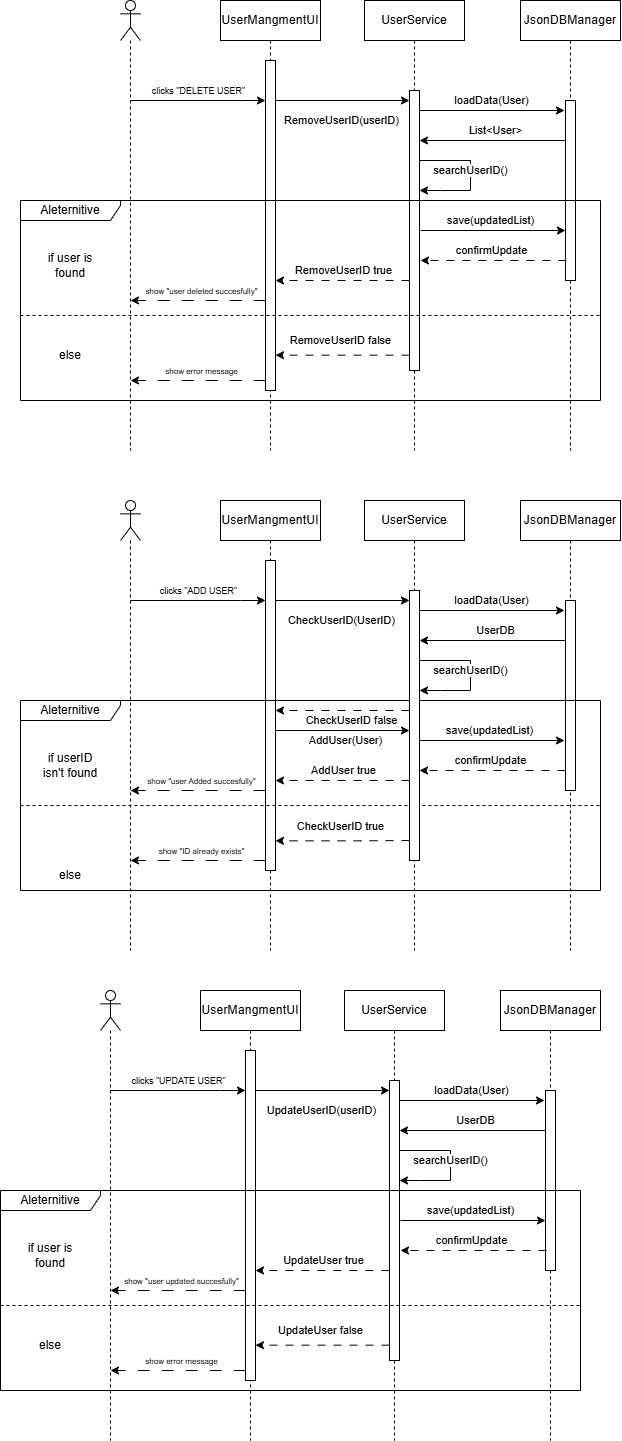
This is Lap6 Sequence Diagram.png from Programming2-Assignments/SkillForge_UML_Design, a draw.io export, as it was before one commit. Source tidied: cells renumbered, new cells last; positions are measured from the earlier drawing's top-left corner, leaving out a move shared by most shapes.
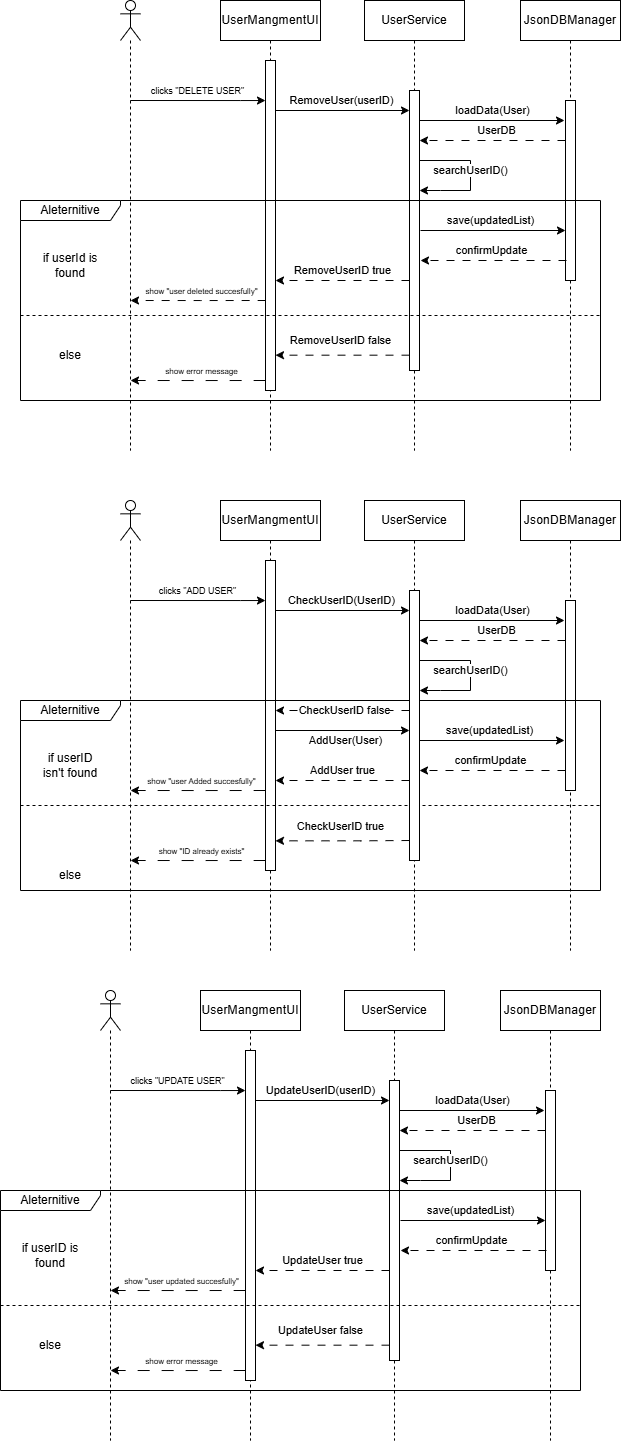
The same diagram one commit later.

Change to the diagram source:
```diff
@@ -39,13 +39,13 @@
     </mxCell>
     <mxCell id="11" style="endArrow=classic;html=1;rounded=0;" parent="1" edge="1">
       <mxGeometry relative="1" as="geometry">
-        <mxPoint x="275" y="100" as="sourcePoint" />
-        <mxPoint x="409" y="100" as="targetPoint" />
+        <mxPoint x="275" y="110" as="sourcePoint" />
+        <mxPoint x="409" y="110" as="targetPoint" />
       </mxGeometry>
     </mxCell>
-    <mxCell id="12" value="RemoveUserID(userID)" style="edgeLabel;html=1;align=center;verticalAlign=middle;" parent="11" vertex="1">
+    <mxCell id="12" value="RemoveUser(userID)" style="edgeLabel;html=1;align=center;verticalAlign=middle;" parent="11" vertex="1">
       <mxGeometry x="-0.02" y="1" relative="1" as="geometry">
-        <mxPoint y="21" as="offset" />
+        <mxPoint y="-9" as="offset" />
       </mxGeometry>
     </mxCell>
     <mxCell id="13" value="Aleternitive" style="shape=umlFrame;whiteSpace=wrap;html=1;width=100;height=20;" parent="1" vertex="1">
@@ -54,7 +54,7 @@
     <mxCell id="14" style="line;strokeWidth=1;dashed=1;labelPosition=center;verticalLabelPosition=bottom;align=left;verticalAlign=top;spacingLeft=20;spacingTop=15;html=1;whiteSpace=wrap;" parent="13" vertex="1">
       <mxGeometry y="110" width="580" height="10" as="geometry" />
     </mxCell>
-    <mxCell id="15" style="edgeStyle=orthogonalEdgeStyle;rounded=0;orthogonalLoop=1;jettySize=auto;html=1;curved=0;dashed=1;dashPattern=12 12;" parent="13" edge="1">
+    <mxCell id="15" style="edgeStyle=orthogonalEdgeStyle;rounded=0;orthogonalLoop=1;jettySize=auto;html=1;curved=0;dashed=1;dashPattern=8 8;" parent="13" edge="1">
       <mxGeometry relative="1" as="geometry">
         <mxPoint x="245.2" y="100" as="sourcePoint" />
         <mxPoint x="110" y="100" as="targetPoint" />
@@ -72,7 +72,7 @@
     <mxCell id="17" value="else" style="text;html=1;whiteSpace=wrap;strokeColor=none;fillColor=none;align=center;verticalAlign=middle;rounded=0;" parent="13" vertex="1">
       <mxGeometry x="20" y="140" width="60" height="30" as="geometry" />
     </mxCell>
-    <mxCell id="18" value="if user is found" style="text;html=1;whiteSpace=wrap;strokeColor=none;fillColor=none;align=center;verticalAlign=middle;rounded=0;" parent="13" vertex="1">
+    <mxCell id="18" value="if userId is found" style="text;html=1;whiteSpace=wrap;strokeColor=none;fillColor=none;align=center;verticalAlign=middle;rounded=0;" parent="13" vertex="1">
       <mxGeometry x="20" y="50" width="60" height="30" as="geometry" />
     </mxCell>
     <mxCell id="19" style="edgeStyle=orthogonalEdgeStyle;rounded=0;orthogonalLoop=1;jettySize=auto;html=1;curved=0;dashed=1;dashPattern=12 12;" parent="13" edge="1">
@@ -133,21 +133,21 @@
         <mxPoint x="26" y="-13" as="offset" />
       </mxGeometry>
     </mxCell>
-    <mxCell id="29" style="endArrow=classic;html=1;rounded=0;" parent="1" edge="1">
+    <mxCell id="29" style="endArrow=classic;html=1;rounded=0;dashed=1;dashPattern=8 8;" parent="1" edge="1">
       <mxGeometry relative="1" as="geometry">
         <mxPoint x="565" y="140" as="sourcePoint" />
         <mxPoint x="419" y="140" as="targetPoint" />
       </mxGeometry>
     </mxCell>
-    <mxCell id="30" value="List&amp;lt;User&amp;gt;" style="edgeLabel;html=1;align=center;verticalAlign=middle;" parent="29" vertex="1">
+    <mxCell id="30" value="UserDB" style="edgeLabel;html=1;align=center;verticalAlign=middle;" parent="29" vertex="1">
       <mxGeometry x="-0.05" y="-1" relative="1" as="geometry">
         <mxPoint y="-9" as="offset" />
       </mxGeometry>
     </mxCell>
     <mxCell id="31" style="endArrow=classic;html=1;rounded=0;" parent="1" edge="1">
       <mxGeometry relative="1" as="geometry">
-        <mxPoint x="419" y="110" as="sourcePoint" />
-        <mxPoint x="564" y="110" as="targetPoint" />
+        <mxPoint x="419" y="120" as="sourcePoint" />
+        <mxPoint x="564" y="120" as="targetPoint" />
       </mxGeometry>
     </mxCell>
     <mxCell id="32" value="loadData(User)" style="edgeLabel;html=1;align=center;verticalAlign=middle;" parent="31" vertex="1">
@@ -204,13 +204,13 @@
     </mxCell>
     <mxCell id="43" style="endArrow=classic;html=1;rounded=0;" parent="1" edge="1">
       <mxGeometry relative="1" as="geometry">
-        <mxPoint x="275" y="600" as="sourcePoint" />
-        <mxPoint x="409" y="600" as="targetPoint" />
+        <mxPoint x="275" y="610" as="sourcePoint" />
+        <mxPoint x="409" y="610" as="targetPoint" />
       </mxGeometry>
     </mxCell>
     <mxCell id="44" value="CheckUserID(UserID)" style="edgeLabel;html=1;align=center;verticalAlign=middle;" parent="43" vertex="1">
       <mxGeometry x="-0.02" y="1" relative="1" as="geometry">
-        <mxPoint y="21" as="offset" />
+        <mxPoint y="-9" as="offset" />
       </mxGeometry>
     </mxCell>
     <mxCell id="45" value="Aleternitive" style="shape=umlFrame;whiteSpace=wrap;html=1;width=100;height=20;" parent="1" vertex="1">
@@ -299,7 +299,7 @@
     </mxCell>
     <mxCell id="60" value="CheckUserID false" style="edgeLabel;html=1;align=center;verticalAlign=middle;" parent="59" vertex="1">
       <mxGeometry x="-0.49" relative="1" as="geometry">
-        <mxPoint x="-24" y="10" as="offset" />
+        <mxPoint x="-31" as="offset" />
       </mxGeometry>
     </mxCell>
     <mxCell id="61" style="endArrow=classic;html=1;rounded=0;dashed=1;dashPattern=8 8;" parent="45" edge="1">
@@ -327,7 +327,7 @@
         <mxPoint x="10" y="10" as="offset" />
       </mxGeometry>
     </mxCell>
-    <mxCell id="66" style="endArrow=classic;html=1;rounded=0;" parent="1" edge="1">
+    <mxCell id="66" style="endArrow=classic;html=1;rounded=0;dashed=1;dashPattern=8 8;" parent="1" edge="1">
       <mxGeometry relative="1" as="geometry">
         <mxPoint x="565" y="640" as="sourcePoint" />
         <mxPoint x="419" y="640" as="targetPoint" />
@@ -340,8 +340,8 @@
     </mxCell>
     <mxCell id="68" style="endArrow=classic;html=1;rounded=0;" parent="1" edge="1">
       <mxGeometry relative="1" as="geometry">
-        <mxPoint x="419" y="610" as="sourcePoint" />
-        <mxPoint x="564" y="610" as="targetPoint" />
+        <mxPoint x="419" y="620" as="sourcePoint" />
+        <mxPoint x="564" y="620" as="targetPoint" />
       </mxGeometry>
     </mxCell>
     <mxCell id="69" value="loadData(User)" style="edgeLabel;html=1;align=center;verticalAlign=middle;" parent="68" vertex="1">
@@ -401,13 +401,13 @@
     </mxCell>
     <mxCell id="81" style="endArrow=classic;html=1;rounded=0;" parent="1" edge="1">
       <mxGeometry relative="1" as="geometry">
-        <mxPoint x="255" y="1090" as="sourcePoint" />
-        <mxPoint x="389" y="1090" as="targetPoint" />
+        <mxPoint x="255" y="1100" as="sourcePoint" />
+        <mxPoint x="389" y="1100" as="targetPoint" />
       </mxGeometry>
     </mxCell>
     <mxCell id="82" value="UpdateUserID(userID)" style="edgeLabel;html=1;align=center;verticalAlign=middle;" parent="81" vertex="1">
       <mxGeometry x="-0.02" y="1" relative="1" as="geometry">
-        <mxPoint y="21" as="offset" />
+        <mxPoint x="-1" y="-9" as="offset" />
       </mxGeometry>
     </mxCell>
     <mxCell id="83" value="Aleternitive" style="shape=umlFrame;whiteSpace=wrap;html=1;width=100;height=20;" parent="1" vertex="1">
@@ -434,7 +434,7 @@
     <mxCell id="87" value="else" style="text;html=1;whiteSpace=wrap;strokeColor=none;fillColor=none;align=center;verticalAlign=middle;rounded=0;" parent="83" vertex="1">
       <mxGeometry x="20" y="140" width="60" height="30" as="geometry" />
     </mxCell>
-    <mxCell id="88" value="if user is found" style="text;html=1;whiteSpace=wrap;strokeColor=none;fillColor=none;align=center;verticalAlign=middle;rounded=0;" parent="83" vertex="1">
+    <mxCell id="88" value="if userID is found" style="text;html=1;whiteSpace=wrap;strokeColor=none;fillColor=none;align=center;verticalAlign=middle;rounded=0;" parent="83" vertex="1">
       <mxGeometry x="20" y="50" width="60" height="30" as="geometry" />
     </mxCell>
     <mxCell id="89" style="edgeStyle=orthogonalEdgeStyle;rounded=0;orthogonalLoop=1;jettySize=auto;html=1;curved=0;dashed=1;dashPattern=12 12;" parent="83" edge="1">
@@ -495,7 +495,7 @@
         <mxPoint x="26" y="-13" as="offset" />
       </mxGeometry>
     </mxCell>
-    <mxCell id="99" style="endArrow=classic;html=1;rounded=0;" parent="1" edge="1">
+    <mxCell id="99" style="endArrow=classic;html=1;rounded=0;dashed=1;dashPattern=8 8;" parent="1" edge="1">
       <mxGeometry relative="1" as="geometry">
         <mxPoint x="545" y="1130" as="sourcePoint" />
         <mxPoint x="399" y="1130" as="targetPoint" />
@@ -508,8 +508,8 @@
     </mxCell>
     <mxCell id="101" style="endArrow=classic;html=1;rounded=0;" parent="1" edge="1">
       <mxGeometry relative="1" as="geometry">
-        <mxPoint x="399" y="1100" as="sourcePoint" />
-        <mxPoint x="544" y="1100" as="targetPoint" />
+        <mxPoint x="399" y="1110" as="sourcePoint" />
+        <mxPoint x="544" y="1110" as="targetPoint" />
       </mxGeometry>
     </mxCell>
     <mxCell id="102" value="loadData(User)" style="edgeLabel;html=1;align=center;verticalAlign=middle;" parent="101" vertex="1">
```
